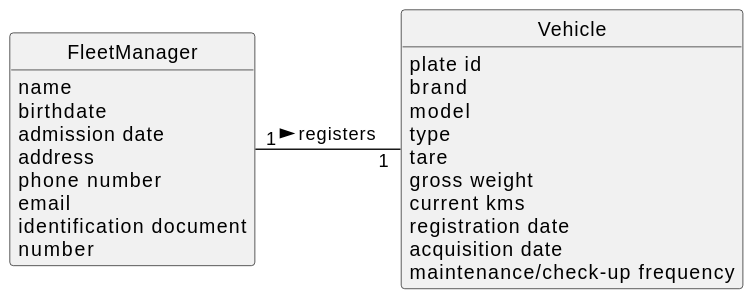
Above: docs/sprintA/us006/02.analysis/svg/us006-domain-model.svg in diogoveirospro/lei-24-s2-1dg-g072 (PlantUML), before the change.
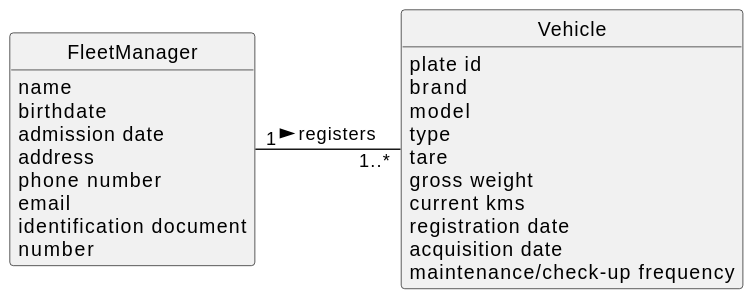
Later version of the same file.

Commit message:
Update on domain models of US006 ans US007

Diff of the diagram source:
```diff
@@ -27,5 +27,5 @@
 }
 
 
-FleetManager "1"-"   1" Vehicle: registers >
+FleetManager "1"-"   1..*" Vehicle: registers >
 @enduml
```
